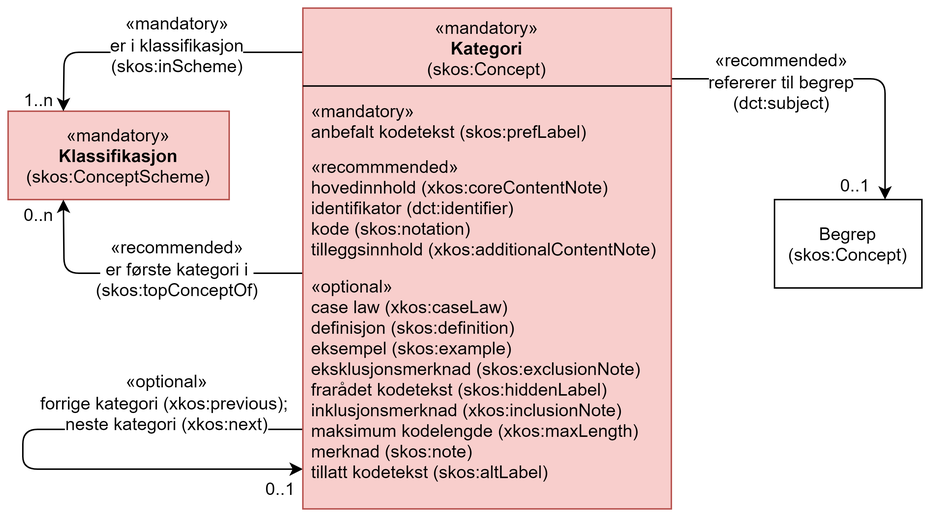
Informasjonsforvaltning/xkos-ap-no keeps this draw.io diagram as docs/images/KlassenKategori.png. Above is the earlier version. Source tidied: cells renumbered, new cells last; positions are measured from the earlier drawing's top-left corner, leaving out a move shared by most shapes.
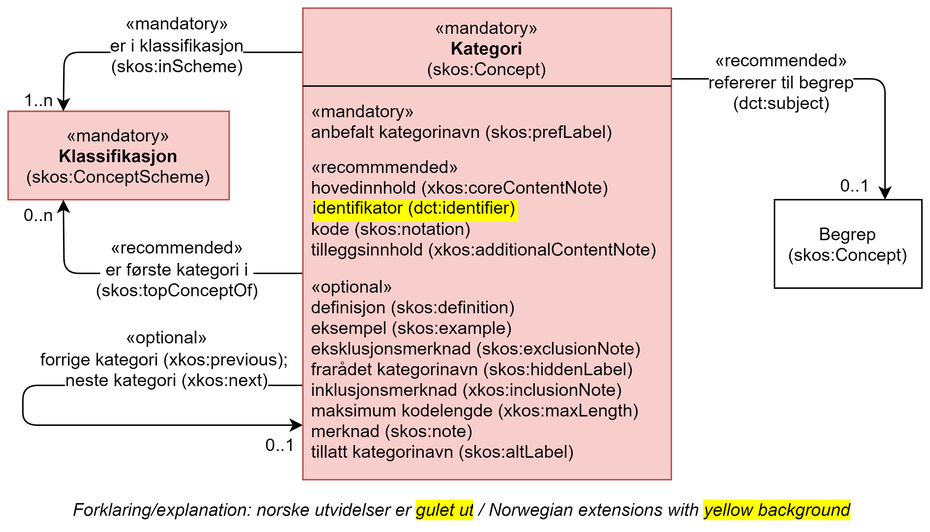
After the change.

The edit, as a diff of the source:
```diff
@@ -49,19 +49,19 @@
     </mxCell>
     <mxCell id="12" style="endArrow=classic;html=1;fontFamily=Helvetica;fontSize=12;" parent="1" edge="1">
       <mxGeometry relative="1" as="geometry">
-        <mxPoint x="200" y="286" as="sourcePoint" />
-        <mxPoint x="200" y="313" as="targetPoint" />
+        <mxPoint x="200" y="256" as="sourcePoint" />
+        <mxPoint x="200" y="283" as="targetPoint" />
         <Array as="points">
-          <mxPoint x="10" y="286" />
-          <mxPoint x="10" y="313" />
+          <mxPoint x="10" y="256" />
+          <mxPoint x="10" y="283" />
         </Array>
       </mxGeometry>
     </mxCell>
     <mxCell id="13" value="&lt;span style=&quot;background-color: rgb(255, 255, 255); font-size: 12px;&quot;&gt;&lt;span style=&quot;font-size: 12px; line-height: 15.6933px;&quot;&gt;«optional&lt;/span&gt;&lt;span style=&quot;font-size: 12px; line-height: 15.6933px;&quot;&gt;»&lt;/span&gt;&lt;br style=&quot;font-size: 12px;&quot;&gt;forrige kategori (xkos:previous);&amp;nbsp;&lt;br style=&quot;font-size: 12px;&quot;&gt;&lt;span style=&quot;font-size: 12px; line-height: 107%;&quot;&gt;neste kategori&amp;nbsp;(xkos:next)&lt;/span&gt;&lt;/span&gt;&lt;span style=&quot;background-color: rgb(255, 255, 255); font-size: 12px;&quot;&gt;&lt;br style=&quot;font-size: 12px;&quot;&gt;&lt;/span&gt;" style="text;html=1;align=center;verticalAlign=middle;whiteSpace=wrap;rounded=0;fillColor=none;fontFamily=Helvetica;fontSize=12;" parent="1" vertex="1">
-      <mxGeometry x="20" y="240" width="176" height="56" as="geometry" />
+      <mxGeometry x="20" y="210" width="176" height="56" as="geometry" />
     </mxCell>
     <mxCell id="14" value="0..1" style="text;html=1;strokeColor=none;fillColor=none;align=center;verticalAlign=middle;whiteSpace=wrap;rounded=0;fontFamily=Helvetica;fontSize=12;" parent="1" vertex="1">
-      <mxGeometry x="170" y="316" width="30" height="20" as="geometry" />
+      <mxGeometry x="170" y="286" width="30" height="20" as="geometry" />
     </mxCell>
     <mxCell id="15" value="0..1" style="text;html=1;strokeColor=none;fillColor=none;align=center;verticalAlign=middle;whiteSpace=wrap;rounded=0;fontFamily=Helvetica;fontSize=12;" parent="1" vertex="1">
       <mxGeometry x="560" y="110" width="30" height="20" as="geometry" />
@@ -70,19 +70,25 @@
       <mxGeometry x="200" width="250" height="340" as="geometry" />
     </mxCell>
     <mxCell id="17" value="&lt;span style=&quot;font-size: 12px; line-height: 107%;&quot;&gt;«mandatory&lt;/span&gt;&lt;span style=&quot;font-size: 12px; line-height: 107%;&quot;&gt;»&lt;/span&gt;&lt;br style=&quot;font-size: 12px;&quot;&gt;&lt;b style=&quot;font-size: 12px;&quot;&gt;Kategori&lt;/b&gt;&lt;br style=&quot;font-size: 12px;&quot;&gt;(skos:Concept)" style="rounded=0;whiteSpace=wrap;html=1;fillColor=#f8cecc;strokeColor=#b85450;verticalAlign=top;fontFamily=Helvetica;fontSize=12;" parent="16" vertex="1">
-      <mxGeometry width="250" height="340" as="geometry" />
+      <mxGeometry width="250" height="320" as="geometry" />
     </mxCell>
     <mxCell id="18" style="line;strokeWidth=1;fillColor=none;align=left;verticalAlign=middle;spacingTop=-1;spacingLeft=3;spacingRight=3;labelPosition=right;fontFamily=Helvetica;fontSize=12;" parent="16" vertex="1">
       <mxGeometry y="49.1" width="250" height="7.6" as="geometry" />
     </mxCell>
-    <mxCell id="19" value="«mandatory»&#10;anbefalt kodetekst (skos:prefLabel)&#10;" style="text;strokeColor=none;fillColor=none;align=left;verticalAlign=top;spacingLeft=4;spacingRight=4;overflow=hidden;fontFamily=Helvetica;fontSize=12;" parent="16" vertex="1">
+    <mxCell id="19" value="«mandatory»&#10;anbefalt kategorinavn (skos:prefLabel)&#10;" style="text;strokeColor=none;fillColor=none;align=left;verticalAlign=top;spacingLeft=4;spacingRight=4;overflow=hidden;fontFamily=Helvetica;fontSize=12;" parent="16" vertex="1">
       <mxGeometry y="56.7" width="250" height="37.8" as="geometry" />
     </mxCell>
-    <mxCell id="20" value="«recommmended»&#10;hovedinnhold (xkos:coreContentNote)&#10;identifikator (dct:identifier) &#10;kode (skos:notation)&#10;tilleggsinnhold (xkos:additionalContentNote)&#10;" style="text;strokeColor=none;fillColor=none;align=left;verticalAlign=top;spacingLeft=4;spacingRight=4;overflow=hidden;fontFamily=Helvetica;fontSize=12;" parent="16" vertex="1">
+    <mxCell id="20" value="«recommmended»&#10;hovedinnhold (xkos:coreContentNote)&#10; &#10;kode (skos:notation)&#10;tilleggsinnhold (xkos:additionalContentNote)&#10;" style="text;strokeColor=none;fillColor=none;align=left;verticalAlign=top;spacingLeft=4;spacingRight=4;overflow=hidden;fontFamily=Helvetica;fontSize=12;" parent="16" vertex="1">
       <mxGeometry y="94.4" width="250" height="94.4" as="geometry" />
     </mxCell>
-    <mxCell id="21" value="«optional»&#10;case law (xkos:caseLaw)&#10;definisjon (skos:definition)&#10;eksempel (skos:example)&#10;eksklusjonsmerknad (skos:exclusionNote)&#10;frarådet kodetekst (skos:hiddenLabel)&#10;inklusjonsmerknad (xkos:inclusionNote)&#10;maksimum kodelengde (xkos:maxLength) &#10;merknad (skos:note) &#10;tillatt kodetekst (skos:altLabel)" style="text;strokeColor=none;fillColor=none;align=left;verticalAlign=top;spacingLeft=4;spacingRight=4;overflow=hidden;fontFamily=Helvetica;fontSize=12;" parent="16" vertex="1">
-      <mxGeometry y="175.7" width="240" height="160.6" as="geometry" />
+    <mxCell id="21" value="«optional»&#10;definisjon (skos:definition)&#10;eksempel (skos:example)&#10;eksklusjonsmerknad (skos:exclusionNote)&#10;frarådet kategorinavn (skos:hiddenLabel)&#10;inklusjonsmerknad (xkos:inclusionNote)&#10;maksimum kodelengde (xkos:maxLength) &#10;merknad (skos:note) &#10;tillatt kategorinavn (skos:altLabel)" style="text;strokeColor=none;fillColor=none;align=left;verticalAlign=top;spacingLeft=4;spacingRight=4;overflow=hidden;fontFamily=Helvetica;fontSize=12;" parent="16" vertex="1">
+      <mxGeometry y="175.7" width="240" height="134.3" as="geometry" />
     </mxCell>
+    <mxCell id="22" value="identifikator (dct:identifier)" style="text;strokeColor=none;fillColor=none;align=left;verticalAlign=top;spacingLeft=4;spacingRight=4;overflow=hidden;labelBackgroundColor=#FFFF00;" parent="16" vertex="1">
+      <mxGeometry x="1" y="122" width="150" height="20" as="geometry" />
+    </mxCell>
+    <mxCell id="23" value="Forklaring/explanation: norske utvidelser er&amp;nbsp;&lt;span style=&quot;background-color: rgb(255 , 255 , 0)&quot;&gt;gulet ut&lt;/span&gt;&lt;span style=&quot;background-color: rgb(255 , 255 , 255)&quot;&gt;&amp;nbsp;/ Norwegian extensions with &lt;/span&gt;&lt;span style=&quot;background-color: rgb(255 , 255 , 0)&quot;&gt;yellow background&lt;/span&gt;" style="text;html=1;strokeColor=none;fillColor=none;align=center;verticalAlign=middle;whiteSpace=wrap;rounded=0;fontStyle=2;" parent="1" vertex="1">
+      <mxGeometry x="36" y="330" width="543.8" height="20" as="geometry" />
+    </mxCell>
   </root>
 </mxGraphModel>
```
